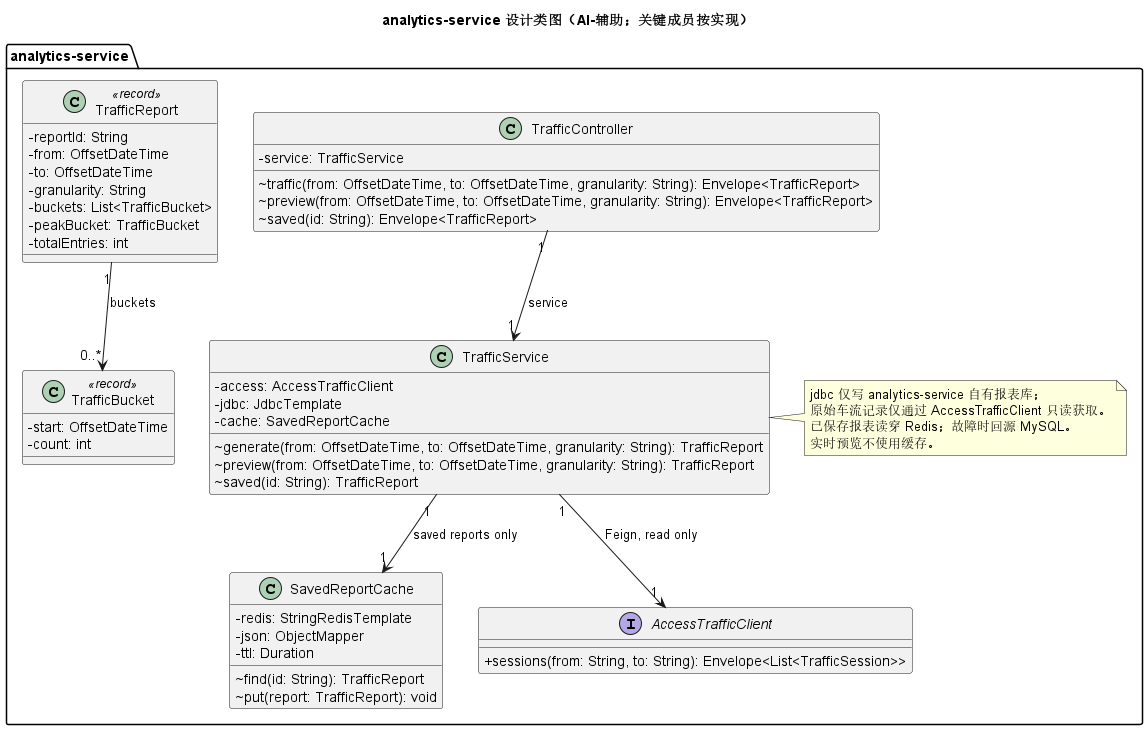
Gindama713/UMLWORK keeps this PlantUML diagram as models/rendered/15-design-classes_004.png. Above is the earlier version.
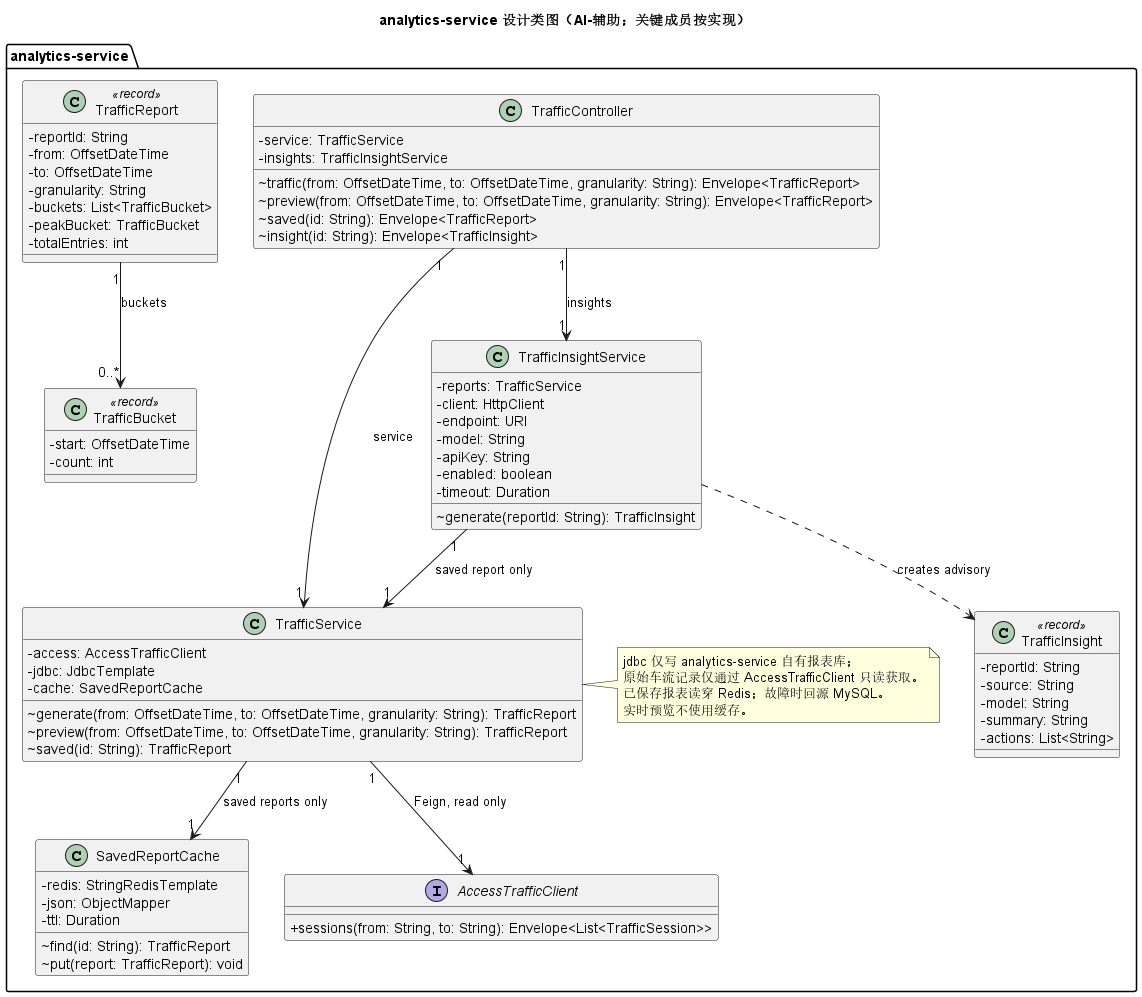
The same diagram one commit later.

Change to the diagram source:
```diff
@@ -4,9 +4,21 @@
 package "analytics-service" {
   class TrafficController {
     -service: TrafficService
+    -insights: TrafficInsightService
     ~traffic(from: OffsetDateTime, to: OffsetDateTime, granularity: String): Envelope<TrafficReport>
     ~preview(from: OffsetDateTime, to: OffsetDateTime, granularity: String): Envelope<TrafficReport>
     ~saved(id: String): Envelope<TrafficReport>
+    ~insight(id: String): Envelope<TrafficInsight>
+  }
+  class TrafficInsightService {
+    -reports: TrafficService
+    -client: HttpClient
+    -endpoint: URI
+    -model: String
+    -apiKey: String
+    -enabled: boolean
+    -timeout: Duration
+    ~generate(reportId: String): TrafficInsight
   }
   class TrafficService {
     -access: AccessTrafficClient
@@ -39,7 +51,17 @@
     -peakBucket: TrafficBucket
     -totalEntries: int
   }
+  class TrafficInsight <<record>> {
+    -reportId: String
+    -source: String
+    -model: String
+    -summary: String
+    -actions: List<String>
+  }
   TrafficController "1" --> "1" TrafficService : service
+  TrafficController "1" --> "1" TrafficInsightService : insights
+  TrafficInsightService "1" --> "1" TrafficService : saved report only
+  TrafficInsightService ..> TrafficInsight : creates advisory
   TrafficService "1" --> "1" AccessTrafficClient : Feign, read only
   TrafficService "1" --> "1" SavedReportCache : saved reports only
   TrafficReport "1" --> "0..*" TrafficBucket : buckets
```
